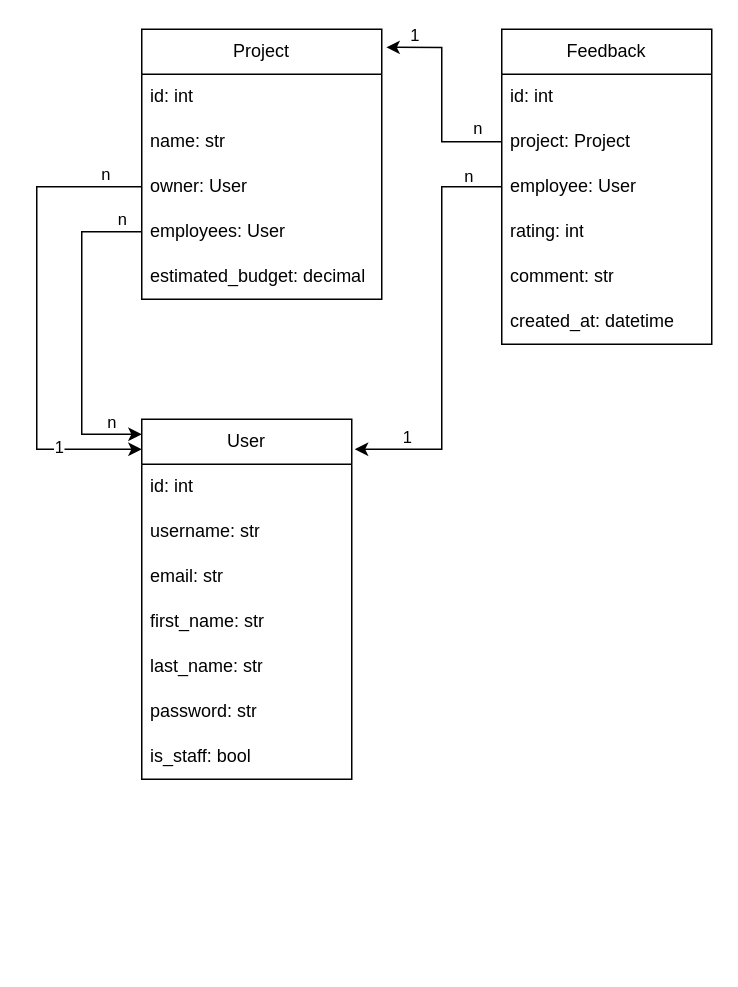
Earlier version of the draw.io diagram project_manager_diagram.drawio (TetyanaPavlyuk/Projects_Manager). Source tidied: cells renumbered, new cells numbered last; positions are measured from the earlier drawing's top-left corner, leaving out a move shared by most shapes. Both pictures are drawn from the tidied source at 150%, with x=0, y=0 at pixel (36, 28).
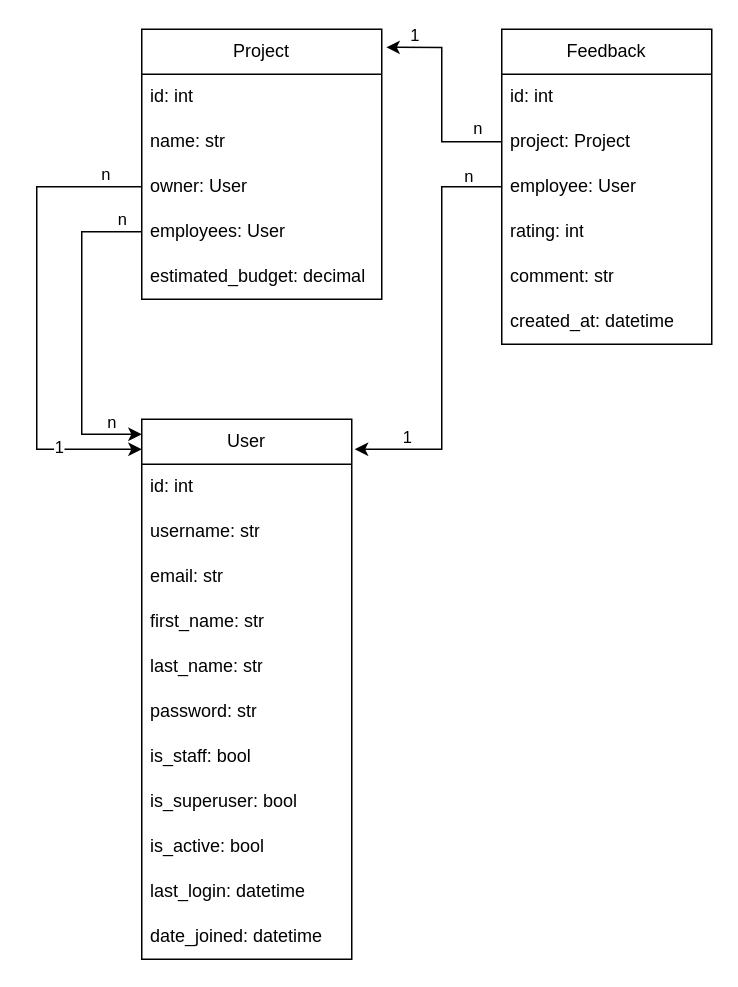
After the change.

What changed in the source:
```diff
@@
     <mxCell id="8" value="User" style="swimlane;fontStyle=0;horizontal=1;startSize=30;whiteSpace=wrap;html=1;" parent="1" vertex="1">
-      <mxGeometry x="70" y="260" width="140" height="240" as="geometry" />
+      <mxGeometry x="70" y="260" width="140" height="360" as="geometry" />
     </mxCell>
@@
+    <mxCell id="35" value="is_superuser: bool" style="text;strokeColor=none;fillColor=none;align=left;verticalAlign=middle;spacingLeft=4;spacingRight=4;overflow=hidden;whiteSpace=wrap;html=1;" parent="8" vertex="1">
+      <mxGeometry y="240" width="140" height="30" as="geometry" />
+    </mxCell>
+    <mxCell id="36" value="is_active: bool" style="text;strokeColor=none;fillColor=none;align=left;verticalAlign=middle;spacingLeft=4;spacingRight=4;overflow=hidden;whiteSpace=wrap;html=1;" parent="8" vertex="1">
+      <mxGeometry y="270" width="140" height="30" as="geometry" />
+    </mxCell>
+    <mxCell id="37" value="last_login: datetime" style="text;strokeColor=none;fillColor=none;align=left;verticalAlign=middle;spacingLeft=4;spacingRight=4;overflow=hidden;whiteSpace=wrap;html=1;" parent="8" vertex="1">
+      <mxGeometry y="300" width="140" height="30" as="geometry" />
+    </mxCell>
+    <mxCell id="38" value="date_joined: datetime" style="text;strokeColor=none;fillColor=none;align=left;verticalAlign=middle;spacingLeft=4;spacingRight=4;overflow=hidden;whiteSpace=wrap;html=1;" parent="8" vertex="1">
+      <mxGeometry y="330" width="140" height="30" as="geometry" />
+    </mxCell>
```
